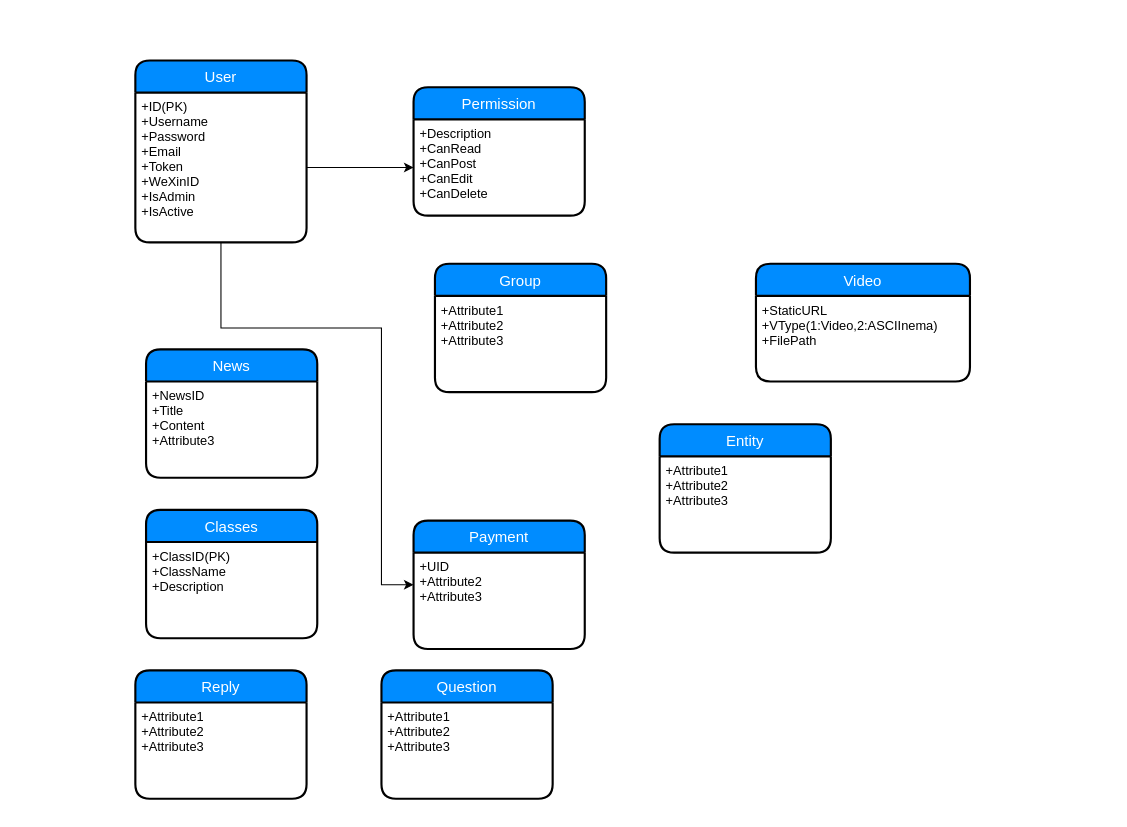
Earlier version of the draw.io diagram 51cloudclass.drawio (yangwawa0323/5117xue). Source tidied: cells renumbered, new cells numbered last; positions are measured from the earlier drawing's top-left corner, leaving out a move shared by most shapes. Both pictures are drawn from the tidied source at 107%, with x=0, y=0 at pixel (135, 60).
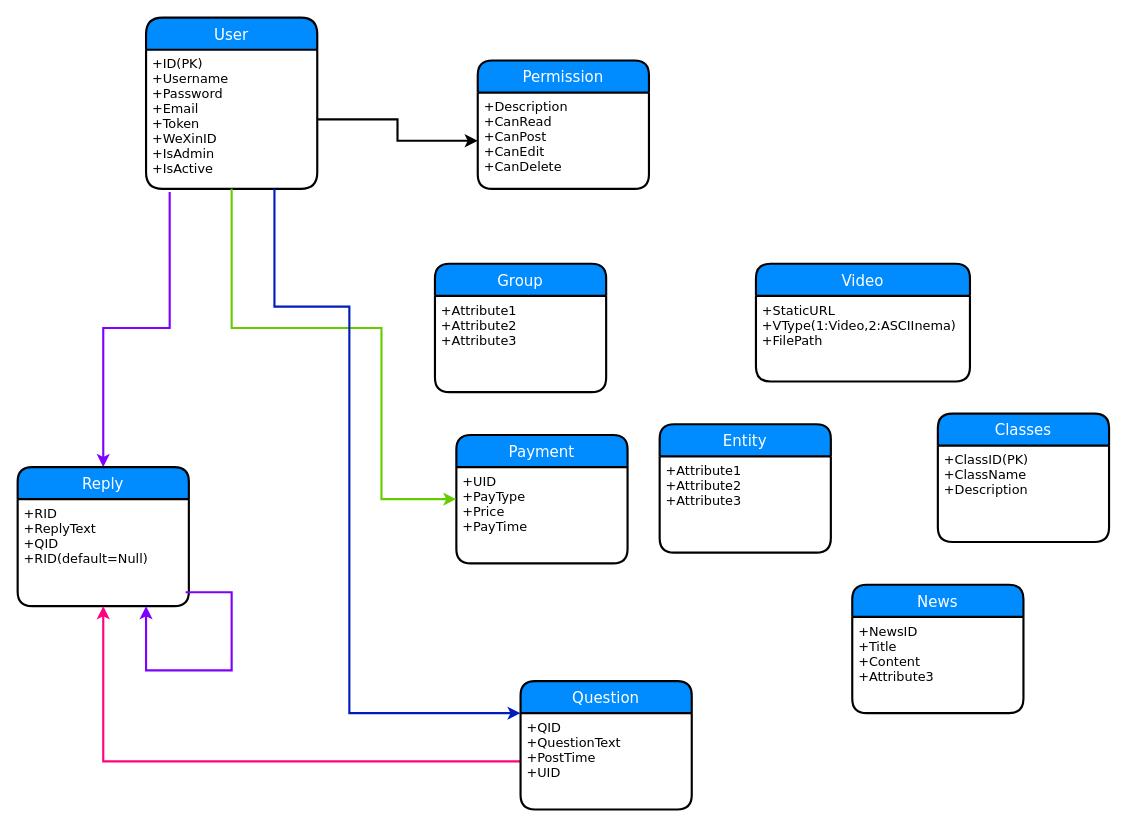
The same diagram, later.

What changed in the source:
```diff
@@
+    <mxCell id="24" style="edgeStyle=orthogonalEdgeStyle;rounded=0;jettySize=auto;html=1;entryX=0.5;entryY=0;entryDx=0;entryDy=0;strokeColor=#7F00FF;strokeWidth=2;fontFamily=Verdana;exitX=0.138;exitY=1.023;exitDx=0;exitDy=0;exitPerimeter=0;" parent="1" edge="1" source="3" target="18">
+      <mxGeometry relative="1" as="geometry" />
+    </mxCell>
-    <mxCell id="2" value="User" style="swimlane;horizontal=1;startSize=30;fillColor=#008cff;fontColor=#FFFFFF;rounded=1;fontSize=14;fontStyle=0;strokeWidth=2;shadow=0;dashed=0;align=center;" parent="1" vertex="1">
-      <mxGeometry width="160" height="170" as="geometry" />
+    <mxCell id="2" value="User" style="swimlane;horizontal=1;startSize=30;fillColor=#008cff;fontColor=#FFFFFF;rounded=1;fontSize=14;fontStyle=0;strokeWidth=2;shadow=0;dashed=0;align=center;fontFamily=Verdana;arcSize=17;" parent="1" vertex="1">
+      <mxGeometry x="10" y="-40" width="160" height="160" as="geometry" />
     </mxCell>
-    <mxCell id="3" value="+ID(PK)&#10;+Username&#10;+Password&#10;+Email&#10;+Token&#10;+WeXinID&#10;+IsAdmin&#10;+IsActive&#10;&#10;" style="align=left;strokeColor=none;fillColor=none;spacingLeft=4;fontSize=12;verticalAlign=top;" parent="2" vertex="1">
-      <mxGeometry y="30" width="160" height="140" as="geometry" />
+    <mxCell id="3" value="+ID(PK)&#10;+Username&#10;+Password&#10;+Email&#10;+Token&#10;+WeXinID&#10;+IsAdmin&#10;+IsActive&#10;&#10;" style="align=left;strokeColor=none;fillColor=none;spacingLeft=4;fontSize=12;verticalAlign=top;fontFamily=Verdana;" parent="2" vertex="1">
+      <mxGeometry y="30" width="160" height="130" as="geometry" />
     </mxCell>
-    <mxCell id="4" value="Permission" style="swimlane;horizontal=1;startSize=30;fillColor=#008cff;fontColor=#FFFFFF;rounded=1;fontSize=14;fontStyle=0;strokeWidth=2;shadow=0;dashed=0;align=center;" parent="1" vertex="1">
-      <mxGeometry x="260" y="25" width="160" height="120" as="geometry" />
+    <mxCell id="4" value="Permission" style="swimlane;horizontal=1;startSize=30;fillColor=#008cff;fontColor=#FFFFFF;rounded=1;fontSize=14;fontStyle=0;strokeWidth=2;shadow=0;dashed=0;align=center;fontFamily=Verdana;" parent="1" vertex="1">
+      <mxGeometry x="320" width="160" height="120" as="geometry" />
     </mxCell>
-    <mxCell id="5" value="+Description&#10;+CanRead&#10;+CanPost&#10;+CanEdit&#10;+CanDelete&#10;" style="align=left;strokeColor=none;fillColor=none;spacingLeft=4;fontSize=12;verticalAlign=top;" parent="4" vertex="1">
+    <mxCell id="5" value="+Description&#10;+CanRead&#10;+CanPost&#10;+CanEdit&#10;+CanDelete&#10;" style="align=left;strokeColor=none;fillColor=none;spacingLeft=4;fontSize=12;verticalAlign=top;fontFamily=Verdana;" parent="4" vertex="1">
       <mxGeometry y="30" width="160" height="90" as="geometry" />
     </mxCell>
-    <mxCell id="6" value="News" style="swimlane;horizontal=1;startSize=30;fillColor=#008cff;fontColor=#FFFFFF;rounded=1;fontSize=14;fontStyle=0;strokeWidth=2;shadow=0;dashed=0;align=center;" parent="1" vertex="1">
-      <mxGeometry x="10" y="270" width="160" height="120" as="geometry" />
-    </mxCell>
-    <mxCell id="7" value="+NewsID&#10;+Title&#10;+Content&#10;+Attribute3" style="align=left;strokeColor=none;fillColor=none;spacingLeft=4;fontSize=12;verticalAlign=top;" parent="6" vertex="1">
-      <mxGeometry y="30" width="160" height="90" as="geometry" />
-    </mxCell>
-    <mxCell id="8" value="Video" style="swimlane;horizontal=1;startSize=30;fillColor=#008cff;fontColor=#FFFFFF;rounded=1;fontSize=14;fontStyle=0;strokeWidth=2;shadow=0;dashed=0;align=center;" parent="1" vertex="1">
+    <mxCell id="8" value="Video" style="swimlane;horizontal=1;startSize=30;fillColor=#008cff;fontColor=#FFFFFF;rounded=1;fontSize=14;fontStyle=0;strokeWidth=2;shadow=0;dashed=0;align=center;fontFamily=Verdana;" parent="1" vertex="1">
       <mxGeometry x="580" y="190" width="200" height="110" as="geometry" />
     </mxCell>
-    <mxCell id="9" value="+StaticURL&#10;+VType(1:Video,2:ASCIInema)&#10;+FilePath" style="align=left;strokeColor=none;fillColor=none;spacingLeft=4;fontSize=12;verticalAlign=top;" parent="8" vertex="1">
+    <mxCell id="9" value="+StaticURL&#10;+VType(1:Video,2:ASCIInema)&#10;+FilePath" style="align=left;strokeColor=none;fillColor=none;spacingLeft=4;fontSize=12;verticalAlign=top;fontFamily=Verdana;" parent="8" vertex="1">
       <mxGeometry y="30" width="200" height="80" as="geometry" />
     </mxCell>
-    <mxCell id="10" value="Classes" style="swimlane;horizontal=1;startSize=30;fillColor=#008cff;fontColor=#FFFFFF;rounded=1;fontSize=14;fontStyle=0;strokeWidth=2;shadow=0;dashed=0;align=center;" parent="1" vertex="1">
-      <mxGeometry x="10" y="420" width="160" height="120" as="geometry" />
-    </mxCell>
-    <mxCell id="11" value="+ClassID(PK)&#10;+ClassName&#10;+Description" style="align=left;strokeColor=none;fillColor=none;spacingLeft=4;fontSize=12;verticalAlign=top;" parent="10" vertex="1">
-      <mxGeometry y="30" width="160" height="90" as="geometry" />
-    </mxCell>
-    <mxCell id="12" style="edgeStyle=orthogonalEdgeStyle;rounded=0;jettySize=auto;html=1;exitX=1;exitY=0.5;exitDx=0;exitDy=0;entryX=0;entryY=0.5;entryDx=0;entryDy=0;" parent="1" edge="1" source="3" target="5">
+    <mxCell id="12" style="edgeStyle=orthogonalEdgeStyle;rounded=0;jettySize=auto;html=1;exitX=1;exitY=0.5;exitDx=0;exitDy=0;entryX=0;entryY=0.5;entryDx=0;entryDy=0;fontFamily=Verdana;strokeWidth=2;" parent="1" edge="1" source="3" target="5">
       <mxGeometry relative="1" as="geometry" />
     </mxCell>
-    <mxCell id="13" value="Group" style="swimlane;horizontal=1;startSize=30;fillColor=#008cff;fontColor=#FFFFFF;rounded=1;fontSize=14;fontStyle=0;strokeWidth=2;shadow=0;dashed=0;align=center;" parent="1" vertex="1">
+    <mxCell id="13" value="Group" style="swimlane;horizontal=1;startSize=30;fillColor=#008cff;fontColor=#FFFFFF;rounded=1;fontSize=14;fontStyle=0;strokeWidth=2;shadow=0;dashed=0;align=center;fontFamily=Verdana;" parent="1" vertex="1">
       <mxGeometry x="280" y="190" width="160" height="120" as="geometry" />
     </mxCell>
-    <mxCell id="14" value="+Attribute1&#10;+Attribute2&#10;+Attribute3" style="align=left;strokeColor=none;fillColor=none;spacingLeft=4;fontSize=12;verticalAlign=top;" parent="13" vertex="1">
+    <mxCell id="14" value="+Attribute1&#10;+Attribute2&#10;+Attribute3" style="align=left;strokeColor=none;fillColor=none;spacingLeft=4;fontSize=12;verticalAlign=top;fontFamily=Verdana;" parent="13" vertex="1">
       <mxGeometry y="30" width="160" height="90" as="geometry" />
     </mxCell>
-    <mxCell id="15" value="Payment" style="swimlane;horizontal=1;startSize=30;fillColor=#008cff;fontColor=#FFFFFF;rounded=1;fontSize=14;fontStyle=0;strokeWidth=2;shadow=0;dashed=0;align=center;" parent="1" vertex="1">
-      <mxGeometry x="260" y="430" width="160" height="120" as="geometry" />
+    <mxCell id="15" value="Payment" style="swimlane;horizontal=1;startSize=30;fillColor=#008cff;fontColor=#FFFFFF;rounded=1;fontSize=14;fontStyle=0;strokeWidth=2;shadow=0;dashed=0;align=center;fontFamily=Verdana;" parent="1" vertex="1">
+      <mxGeometry x="300" y="350" width="160" height="120" as="geometry" />
     </mxCell>
-    <mxCell id="16" value="+UID&#10;+Attribute2&#10;+Attribute3" style="align=left;strokeColor=none;fillColor=none;spacingLeft=4;fontSize=12;verticalAlign=top;" parent="15" vertex="1">
+    <mxCell id="16" value="+UID&#10;+PayType&#10;+Price&#10;+PayTime&#10;" style="align=left;strokeColor=none;fillColor=none;spacingLeft=4;fontSize=12;verticalAlign=top;fontFamily=Verdana;" parent="15" vertex="1">
       <mxGeometry y="30" width="160" height="90" as="geometry" />
     </mxCell>
-    <mxCell id="17" style="edgeStyle=orthogonalEdgeStyle;rounded=0;jettySize=auto;html=1;entryX=0;entryY=0.5;entryDx=0;entryDy=0;exitX=0.5;exitY=1;exitDx=0;exitDy=0;" parent="1" edge="1" source="3" target="15">
+    <mxCell id="17" style="edgeStyle=orthogonalEdgeStyle;rounded=0;jettySize=auto;html=1;entryX=0;entryY=0.5;entryDx=0;entryDy=0;exitX=0.5;exitY=1;exitDx=0;exitDy=0;fontFamily=Verdana;fillColor=#ffff88;strokeColor=#66CC00;strokeWidth=2;" parent="1" edge="1" source="3" target="15">
       <mxGeometry relative="1" as="geometry">
         <Array as="points">
-          <mxPoint x="80" y="250" />
+          <mxPoint x="90" y="250" />
           <mxPoint x="230" y="250" />
-          <mxPoint x="230" y="490" />
+          <mxPoint x="230" y="410" />
         </Array>
       </mxGeometry>
     </mxCell>
-    <mxCell id="18" value="Reply" style="swimlane;horizontal=1;startSize=30;fillColor=#008cff;fontColor=#FFFFFF;rounded=1;fontSize=14;fontStyle=0;strokeWidth=2;shadow=0;dashed=0;align=center;" parent="1" vertex="1">
-      <mxGeometry y="570" width="160" height="120" as="geometry" />
+    <mxCell id="18" value="Reply" style="swimlane;horizontal=1;startSize=30;fillColor=#008cff;fontColor=#FFFFFF;rounded=1;fontSize=14;fontStyle=0;strokeWidth=2;shadow=0;dashed=0;align=center;fontFamily=Verdana;" parent="1" vertex="1">
+      <mxGeometry x="-110" y="380" width="160" height="130" as="geometry" />
     </mxCell>
-    <mxCell id="19" value="+Attribute1&#10;+Attribute2&#10;+Attribute3" style="align=left;strokeColor=none;fillColor=none;spacingLeft=4;fontSize=12;verticalAlign=top;" parent="18" vertex="1">
-      <mxGeometry y="30" width="160" height="90" as="geometry" />
+    <mxCell id="19" value="+RID&#10;+ReplyText&#10;+QID&#10;+RID(default=Null)&#10;" style="align=left;strokeColor=none;fillColor=none;spacingLeft=4;fontSize=12;verticalAlign=top;fontFamily=Verdana;" parent="18" vertex="1">
+      <mxGeometry y="30" width="160" height="100" as="geometry" />
     </mxCell>
+    <mxCell id="25" style="edgeStyle=orthogonalEdgeStyle;rounded=0;orthogonalLoop=1;jettySize=auto;html=1;strokeColor=#7F00FF;strokeWidth=2;fontFamily=Verdana;exitX=0.981;exitY=0.87;exitDx=0;exitDy=0;exitPerimeter=0;" parent="18" edge="1" source="19" target="19">
+      <mxGeometry relative="1" as="geometry">
+        <Array as="points">
+          <mxPoint x="200" y="117" />
+          <mxPoint x="200" y="190" />
+          <mxPoint x="120" y="190" />
+        </Array>
+      </mxGeometry>
+    </mxCell>
+    <mxCell id="22" value="Entity" style="swimlane;horizontal=1;startSize=30;fillColor=#008cff;fontColor=#FFFFFF;rounded=1;fontSize=14;fontStyle=0;strokeWidth=2;shadow=0;dashed=0;align=center;fontFamily=Verdana;" parent="1" vertex="1">
+      <mxGeometry x="490" y="340" width="160" height="120" as="geometry" />
+    </mxCell>
+    <mxCell id="23" value="+Attribute1&#10;+Attribute2&#10;+Attribute3" style="align=left;strokeColor=none;fillColor=none;spacingLeft=4;fontSize=12;verticalAlign=top;fontFamily=Verdana;" parent="22" vertex="1">
+      <mxGeometry y="30" width="160" height="90" as="geometry" />
+    </mxCell>
+    <mxCell id="26" style="edgeStyle=orthogonalEdgeStyle;rounded=0;jettySize=auto;html=1;exitX=0;exitY=0.5;exitDx=0;exitDy=0;fontFamily=Verdana;strokeWidth=2;fillColor=#cdeb8b;strokeColor=#FF0080;" parent="1" edge="1" source="21" target="19">
+      <mxGeometry relative="1" as="geometry" />
+    </mxCell>
+    <mxCell id="27" style="edgeStyle=orthogonalEdgeStyle;rounded=0;jettySize=auto;html=1;exitX=0.75;exitY=1;exitDx=0;exitDy=0;fontFamily=Verdana;fillColor=#0050ef;strokeColor=#001DBC;strokeWidth=2;" parent="1" edge="1" source="3" target="20">
+      <mxGeometry relative="1" as="geometry">
+        <Array as="points">
+          <mxPoint x="130" y="230" />
+          <mxPoint x="200" y="230" />
+          <mxPoint x="200" y="610" />
+        </Array>
+      </mxGeometry>
+    </mxCell>
-    <mxCell id="20" value="Question" style="swimlane;horizontal=1;startSize=30;fillColor=#008cff;fontColor=#FFFFFF;rounded=1;fontSize=14;fontStyle=0;strokeWidth=2;shadow=0;dashed=0;align=center;" parent="1" vertex="1">
-      <mxGeometry x="230" y="570" width="160" height="120" as="geometry" />
+    <mxCell id="20" value="Question" style="swimlane;horizontal=1;startSize=30;fillColor=#008cff;fontColor=#FFFFFF;rounded=1;fontSize=14;fontStyle=0;strokeWidth=2;shadow=0;dashed=0;align=center;fontFamily=Verdana;" parent="1" vertex="1">
+      <mxGeometry x="360" y="580" width="160" height="120" as="geometry" />
     </mxCell>
-    <mxCell id="21" value="+Attribute1&#10;+Attribute2&#10;+Attribute3" style="align=left;strokeColor=none;fillColor=none;spacingLeft=4;fontSize=12;verticalAlign=top;" parent="20" vertex="1">
+    <mxCell id="21" value="+QID&#10;+QuestionText&#10;+PostTime&#10;+UID" style="align=left;strokeColor=none;fillColor=none;spacingLeft=4;fontSize=12;verticalAlign=top;fontFamily=Verdana;" parent="20" vertex="1">
       <mxGeometry y="30" width="160" height="90" as="geometry" />
     </mxCell>
-    <mxCell id="22" value="Entity" style="swimlane;horizontal=1;startSize=30;fillColor=#008cff;fontColor=#FFFFFF;rounded=1;fontSize=14;fontStyle=0;strokeWidth=2;shadow=0;dashed=0;align=center;" parent="1" vertex="1">
-      <mxGeometry x="490" y="340" width="160" height="120" as="geometry" />
-    </mxCell>
-    <mxCell id="23" value="+Attribute1&#10;+Attribute2&#10;+Attribute3" style="align=left;strokeColor=none;fillColor=none;spacingLeft=4;fontSize=12;verticalAlign=top;" parent="22" vertex="1">
-      <mxGeometry y="30" width="160" height="90" as="geometry" />
-    </mxCell>
+    <mxCell id="6" value="News" style="swimlane;horizontal=1;startSize=30;fillColor=#008cff;fontColor=#FFFFFF;rounded=1;fontSize=14;fontStyle=0;strokeWidth=2;shadow=0;dashed=0;align=center;fontFamily=Verdana;" parent="1" vertex="1">
+      <mxGeometry x="670" y="490" width="160" height="120" as="geometry" />
+    </mxCell>
+    <mxCell id="7" value="+NewsID&#10;+Title&#10;+Content&#10;+Attribute3" style="align=left;strokeColor=none;fillColor=none;spacingLeft=4;fontSize=12;verticalAlign=top;fontFamily=Verdana;" parent="6" vertex="1">
+      <mxGeometry y="30" width="160" height="90" as="geometry" />
+    </mxCell>
+    <mxCell id="10" value="Classes" style="swimlane;horizontal=1;startSize=30;fillColor=#008cff;fontColor=#FFFFFF;rounded=1;fontSize=14;fontStyle=0;strokeWidth=2;shadow=0;dashed=0;align=center;fontFamily=Verdana;" parent="1" vertex="1">
+      <mxGeometry x="750" y="330" width="160" height="120" as="geometry" />
+    </mxCell>
+    <mxCell id="11" value="+ClassID(PK)&#10;+ClassName&#10;+Description" style="align=left;strokeColor=none;fillColor=none;spacingLeft=4;fontSize=12;verticalAlign=top;fontFamily=Verdana;" parent="10" vertex="1">
+      <mxGeometry y="30" width="160" height="90" as="geometry" />
+    </mxCell>
```
